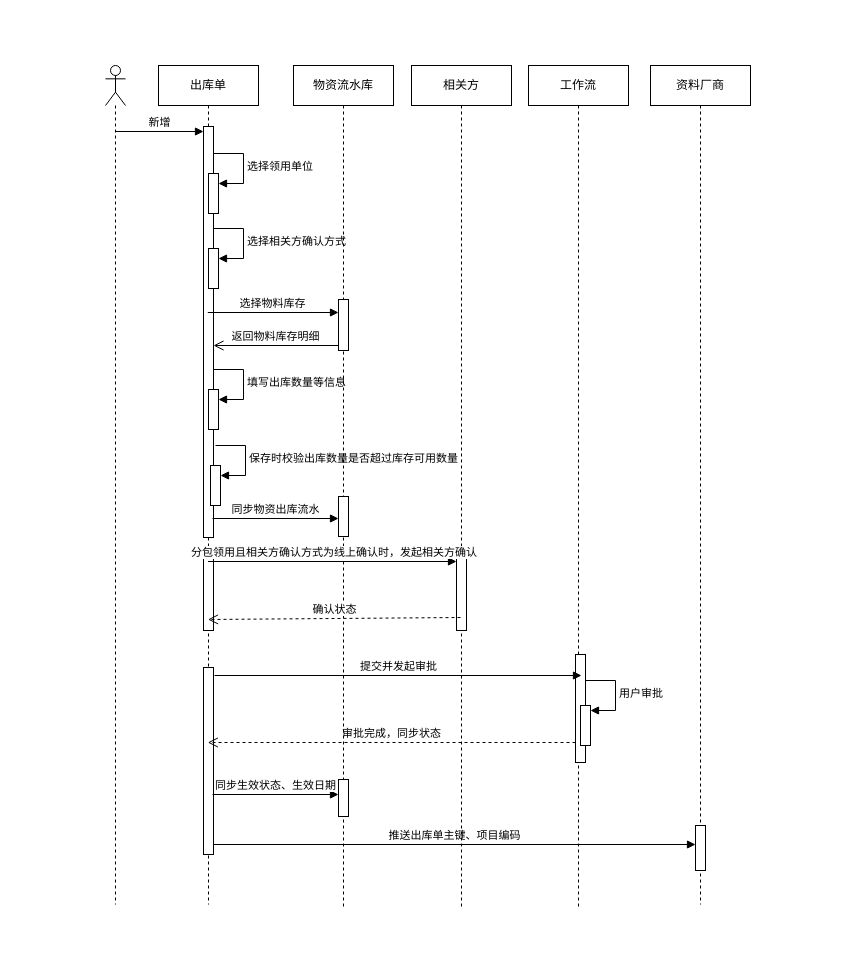
This is page "出库管理-新增方式" (4 of 5) of 未命名绘图.drawio from haomii/Ada, a draw.io file, before an edit. Source tidied: cells renumbered, new cells numbered last; positions are measured from the earlier drawing's top-left corner, leaving out a move shared by most shapes. Both pictures are drawn from the tidied source at 100%, with x=0, y=0 at pixel (105, 65).
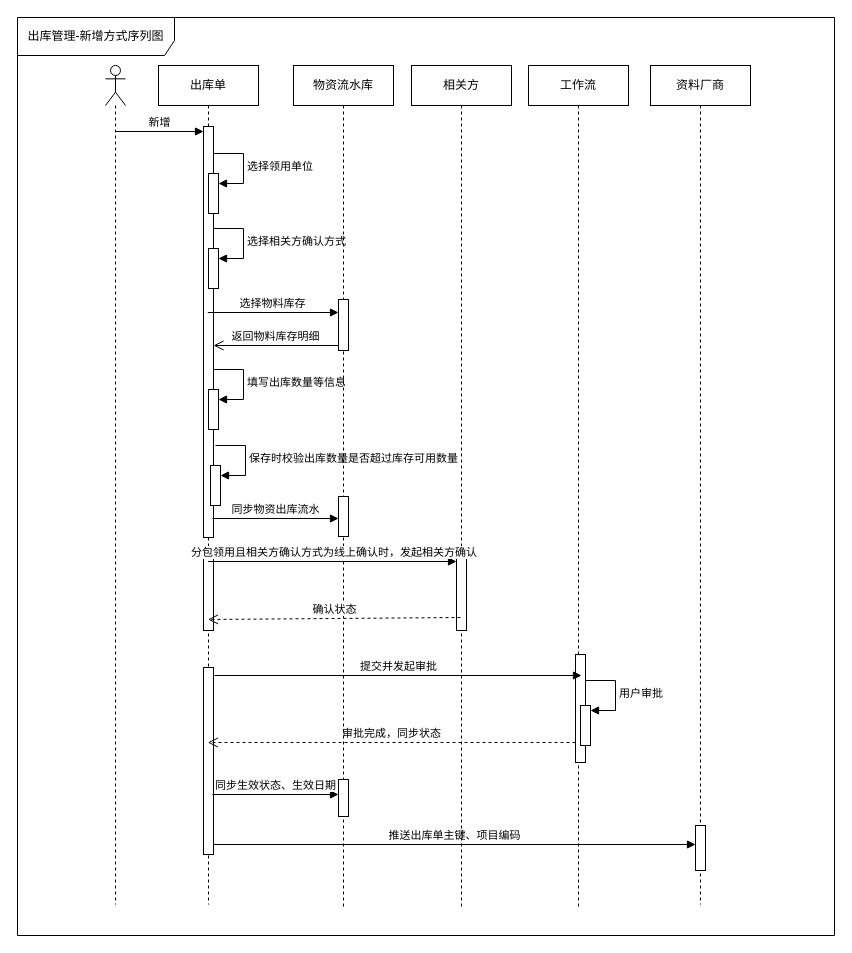
The same diagram, later.

The edit, as a diff of the source:
```diff
@@
+    <mxCell id="37" value="出库管理-新增方式序列图" style="shape=umlFrame;whiteSpace=wrap;html=1;width=157;height=38;" parent="1" vertex="1">
+      <mxGeometry x="-88" y="-48" width="817" height="918" as="geometry" />
+    </mxCell>
```
